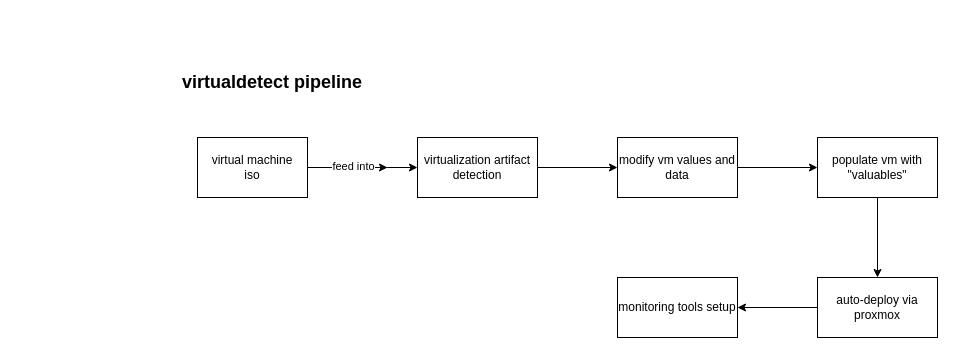
connorfuchs1/virtualdetect keeps this draw.io diagram as planning/Untitled Diagram.drawio. Above is the earlier version. Source tidied: cells renumbered, new cells numbered last; positions are measured from the earlier drawing's top-left corner, leaving out a move shared by most shapes. Both pictures are drawn from the tidied source at 100%, with x=0, y=0 at pixel (17, 17).
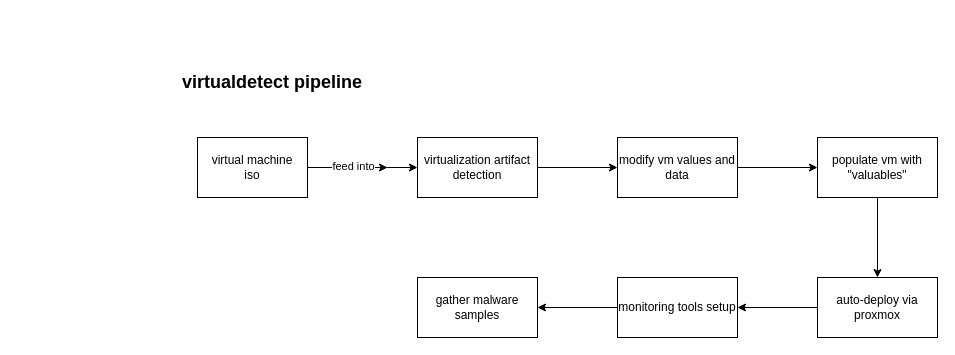
The same diagram, later.

The change refers to these unchanged cells:
```xml
<mxCell id="15" value="monitoring tools setup" style="whiteSpace=wrap;html=1;rounded=0;" parent="1" vertex="1">
  <mxGeometry x="600" y="260" width="120" height="60" as="geometry" />
</mxCell>
```

Diff of the diagram source:
```diff
@@
+    <mxCell id="16" style="edgeStyle=orthogonalEdgeStyle;rounded=0;jettySize=auto;html=1;exitX=0;exitY=0.5;exitDx=0;exitDy=0;" parent="1" edge="1" source="15" target="17">
+      <mxGeometry relative="1" as="geometry" />
+    </mxCell>
@@
+    <mxCell id="17" value="gather malware&lt;div&gt;samples&lt;/div&gt;" style="rounded=0;whiteSpace=wrap;html=1;" parent="1" vertex="1">
+      <mxGeometry x="400" y="260" width="120" height="60" as="geometry" />
+    </mxCell>
```
